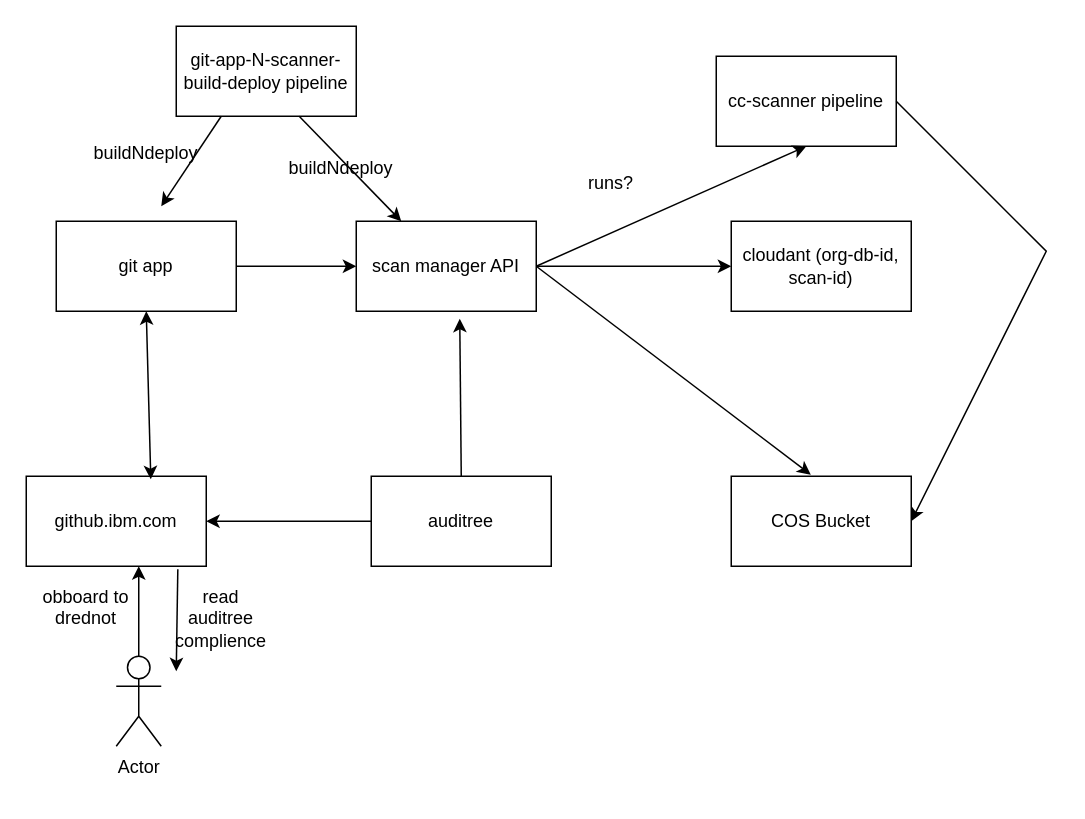
The draw.io diagram Untitled Diagram.drawio in pandu-test-org/pandu-test-repo, before the edit. Source tidied: cells renumbered, new cells numbered last; positions are measured from the earlier drawing's top-left corner, leaving out a move shared by most shapes. Both pictures are drawn from the tidied source at 150%, with x=0, y=0 at pixel (26, 26).
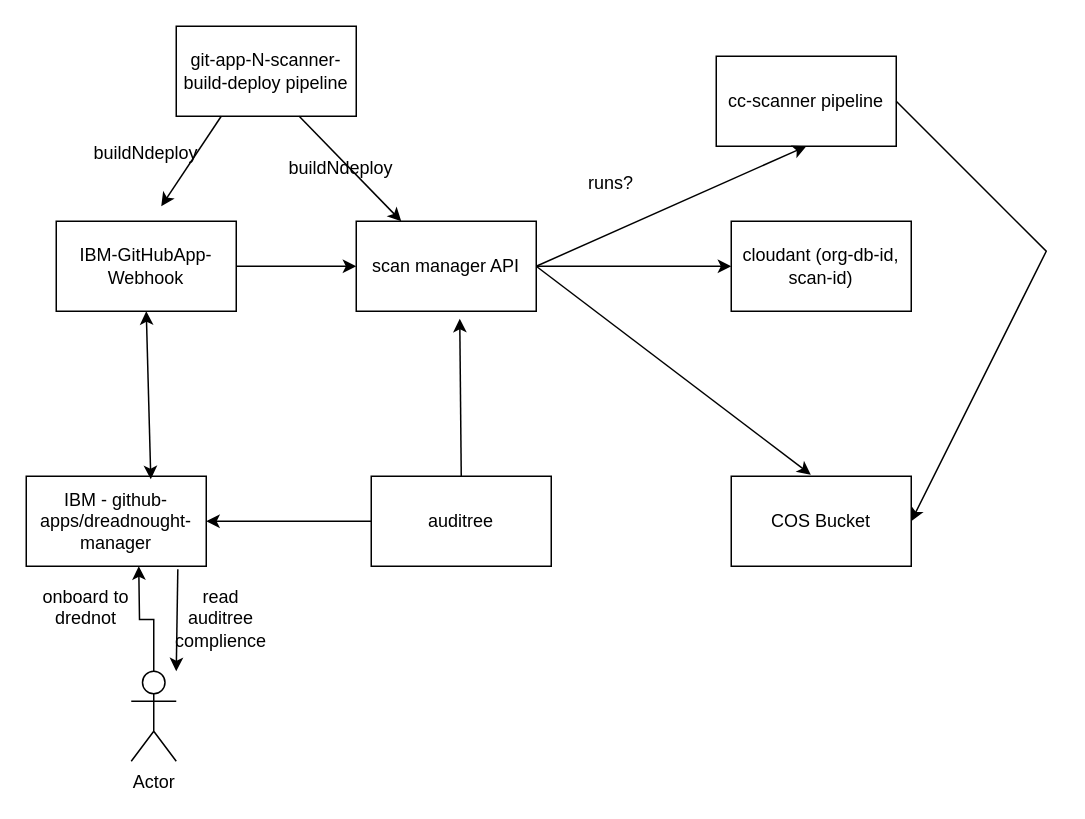
The same diagram, later.

Change to the diagram source:
```diff
@@
-    <mxCell id="2" value="git app" style="whiteSpace=wrap;html=1;" parent="1" vertex="1">
+    <mxCell id="2" value="IBM-GitHubApp-Webhook" style="whiteSpace=wrap;html=1;" parent="1" vertex="1">
       <mxGeometry x="20" y="130" width="120" height="60" as="geometry" />
     </mxCell>
@@
-    <mxCell id="21" value="&lt;div&gt;github.ibm.com&lt;/div&gt;" style="rounded=0;whiteSpace=wrap;html=1;" parent="1" vertex="1">
+    <mxCell id="21" value="IBM - github-apps/dreadnought-manager" style="rounded=0;whiteSpace=wrap;html=1;" parent="1" vertex="1">
       <mxGeometry y="300" width="120" height="60" as="geometry" />
     </mxCell>
@@
     <mxCell id="24" value="Actor" style="shape=umlActor;verticalLabelPosition=bottom;verticalAlign=top;html=1;" parent="1" vertex="1">
-      <mxGeometry x="60" y="420" width="30" height="60" as="geometry" />
+      <mxGeometry x="70" y="430" width="30" height="60" as="geometry" />
     </mxCell>
@@
-    <mxCell id="26" value="&lt;div&gt;obboard to drednot&lt;/div&gt;&lt;div&gt;&lt;br&gt;&lt;/div&gt;" style="text;html=1;strokeColor=none;fillColor=none;align=center;verticalAlign=middle;whiteSpace=wrap;rounded=0;" parent="1" vertex="1">
+    <mxCell id="26" value="&lt;div&gt;onboard to drednot&lt;/div&gt;&lt;div&gt;&lt;br&gt;&lt;/div&gt;" style="text;html=1;strokeColor=none;fillColor=none;align=center;verticalAlign=middle;whiteSpace=wrap;rounded=0;" parent="1" vertex="1">
       <mxGeometry x="10" y="380" width="60" height="30" as="geometry" />
     </mxCell>
```
